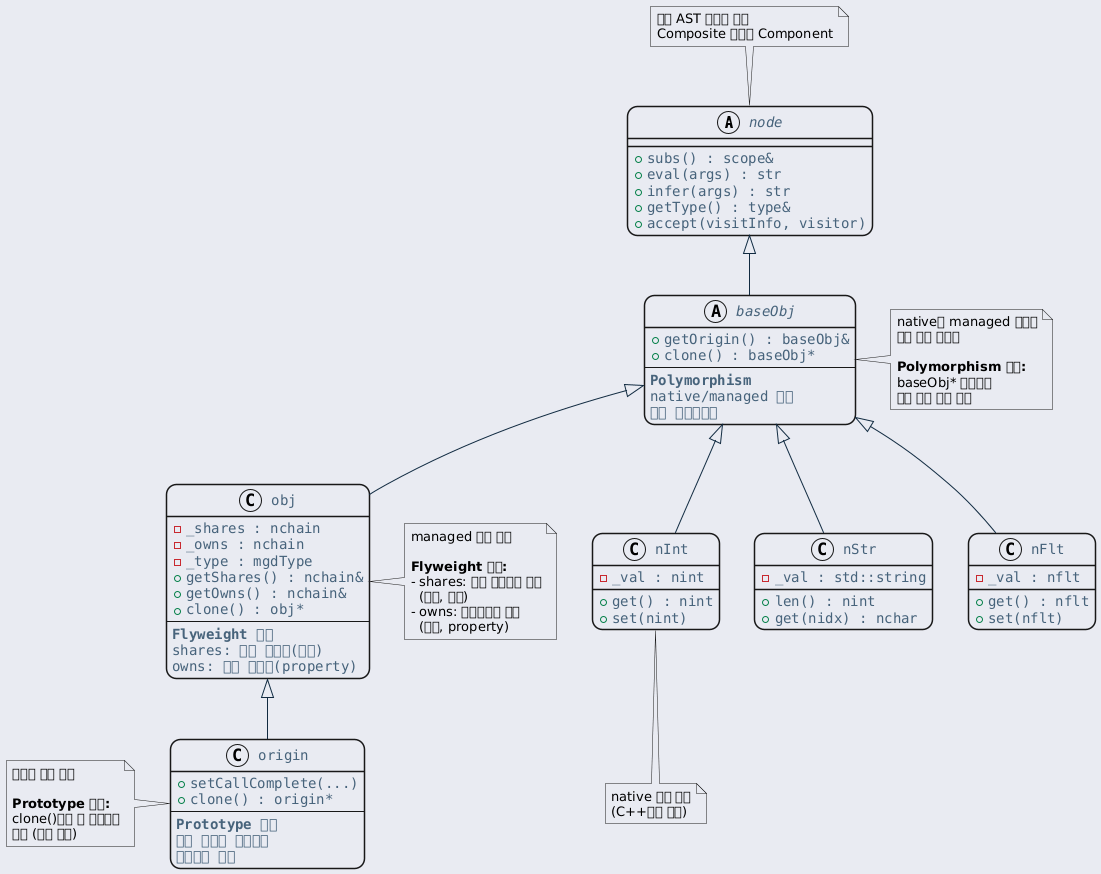
Before: ref/generated/ko/inline_umlgraph_21.png, a diagram exported from PlantUML (byeolang/website). The source it was exported from:
```plantuml
@startuml inline_umlgraph_21.png
<style>
  root {
    BackGroundColor: #E9EBF2;
  }
  class, node, object, participant, actor, boundary, control, entity, database, collections, queue {
    LineThickness: 1.5;
    HorizontalAlignment center;
    FontColor: #47637b;
    FontSize: 14;
    FontName: "Courier";
    RoundCorner: 20;
  }
  arrow {
    LineColor: #112a40;
    FontColor: #ca5fa4;
    FontStyle: "bold"
  }
  visibilityIcon {
    protected {
      LineColor DarkGoldenRod
      BackgroundColor DarkGoldenRod
    }
}
</style>
abstract class node {
    + subs() : scope&
    + eval(args) : str
    + infer(args) : str
    + getType() : type&
    + accept(visitInfo, visitor)
}

abstract class baseObj {
    + getOrigin() : baseObj&
    + clone() : baseObj*
    --
    <b>Polymorphism</b>
    native/managed 객체
    공통 인터페이스
}

class obj {
    - _shares : nchain
    - _owns : nchain
    - _type : mgdType
    + getShares() : nchain&
    + getOwns() : nchain&
    + clone() : obj*
    --
    <b>Flyweight 패턴</b>
    shares: 공유 데이터(함수)
    owns: 고유 데이터(property)
}

class origin {
    + setCallComplete(...)
    + clone() : origin*
    --
    <b>Prototype 패턴</b>
    원본 객체를 복제하여
    인스턴스 생성
}

class nInt {
    - _val : nint
    + get() : nint
    + set(nint)
}

class nStr {
    - _val : std::string
    + len() : nint
    + get(nidx) : nchar
}

class nFlt {
    - _val : nflt
    + get() : nflt
    + set(nflt)
}

note top of node
  모든 AST 노드의 기반
  Composite 패턴의 Component
end note

note right of baseObj
  native와 managed 객체의
  공통 기반 클래스

  <b>Polymorphism 적용:</b>
  baseObj* 포인터로
  모든 객체 타입 통일
end note

note right of obj
  managed 환경 객체

  <b>Flyweight 패턴:</b>
  - shares: 모든 인스턴스 공유
    (함수, 상수)
  - owns: 인스턴스별 고유
    (변수, property)
end note

note left of origin
  타입의 원본 객체

  <b>Prototype 패턴:</b>
  clone()으로 새 인스턴스
  생성 (복사 생성)
end note

node <|-- baseObj
baseObj <|-- obj
obj <|-- origin

baseObj <|-- nInt
baseObj <|-- nStr
baseObj <|-- nFlt

note bottom of nInt
  native 환경 객체
  (C++에서 정의)
end note
@enduml
```
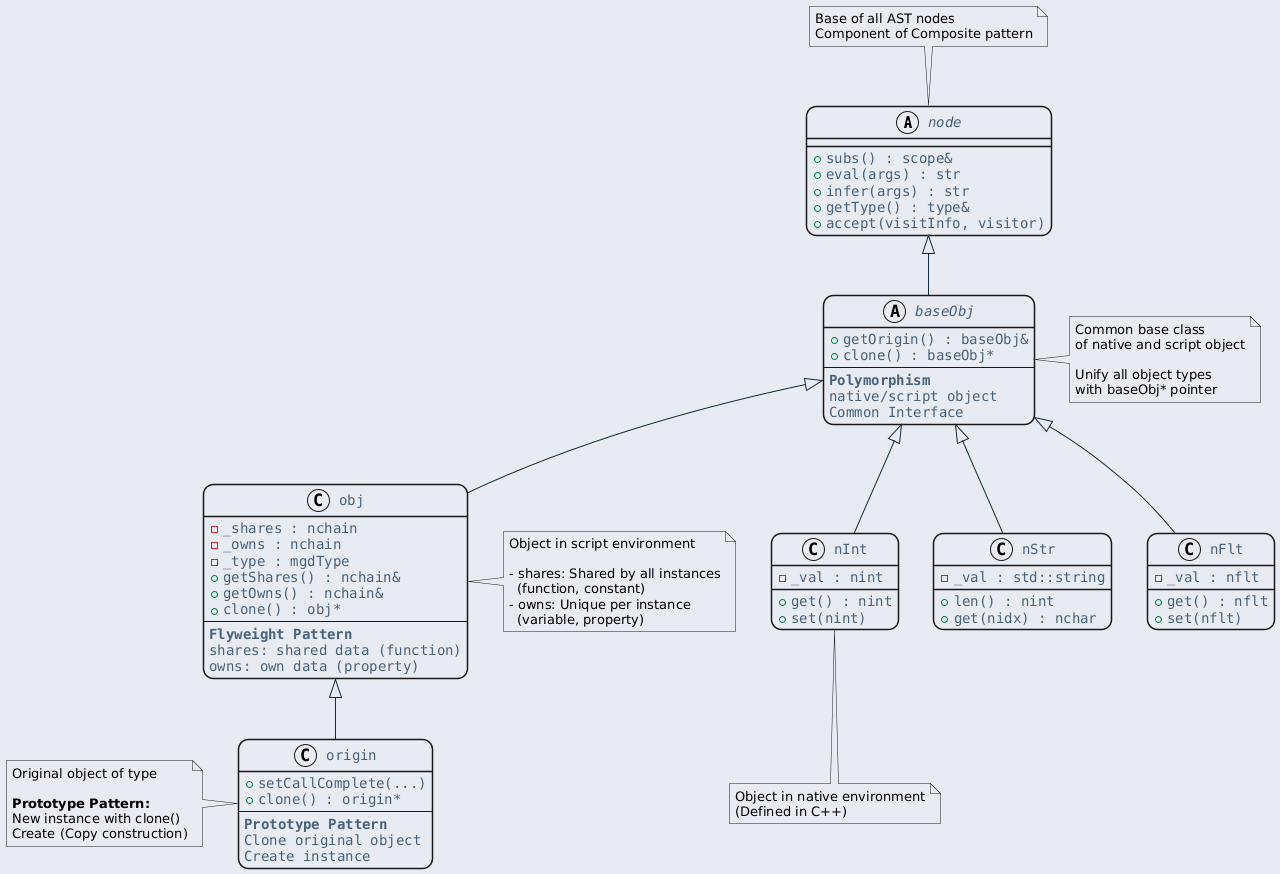
Later version of the same file.

Diff of the diagram source:
```diff
@@ -36,8 +36,8 @@
     + clone() : baseObj*
     --
     <b>Polymorphism</b>
-    native/managed 객체
-    공통 인터페이스
+    native/script object
+    Common Interface
 }
 
 class obj {
@@ -48,18 +48,18 @@
     + getOwns() : nchain&
     + clone() : obj*
     --
-    <b>Flyweight 패턴</b>
-    shares: 공유 데이터(함수)
-    owns: 고유 데이터(property)
+    <b>Flyweight Pattern</b>
+    shares: shared data (function)
+    owns: own data (property)
 }
 
 class origin {
     + setCallComplete(...)
     + clone() : origin*
     --
-    <b>Prototype 패턴</b>
-    원본 객체를 복제하여
-    인스턴스 생성
+    <b>Prototype Pattern</b>
+    Clone original object
+    Create instance
 }
 
 class nInt {
@@ -81,35 +81,33 @@
 }
 
 note top of node
-  모든 AST 노드의 기반
-  Composite 패턴의 Component
+  Base of all AST nodes
+  Component of Composite pattern
 end note
 
 note right of baseObj
-  native와 managed 객체의
-  공통 기반 클래스
+  Common base class
+  of native and script object
 
-  <b>Polymorphism 적용:</b>
-  baseObj* 포인터로
-  모든 객체 타입 통일
+  Unify all object types
+  with baseObj* pointer
 end note
 
 note right of obj
-  managed 환경 객체
+  Object in script environment
 
-  <b>Flyweight 패턴:</b>
-  - shares: 모든 인스턴스 공유
-    (함수, 상수)
-  - owns: 인스턴스별 고유
-    (변수, property)
+  - shares: Shared by all instances
+    (function, constant)
+  - owns: Unique per instance
+    (variable, property)
 end note
 
 note left of origin
-  타입의 원본 객체
+  Original object of type
 
-  <b>Prototype 패턴:</b>
-  clone()으로 새 인스턴스
-  생성 (복사 생성)
+  <b>Prototype Pattern:</b>
+  New instance with clone()
+  Create (Copy construction)
 end note
 
 node <|-- baseObj
@@ -121,7 +119,7 @@
 baseObj <|-- nFlt
 
 note bottom of nInt
-  native 환경 객체
-  (C++에서 정의)
+  Object in native environment
+  (Defined in C++)
 end note
 @enduml
```
